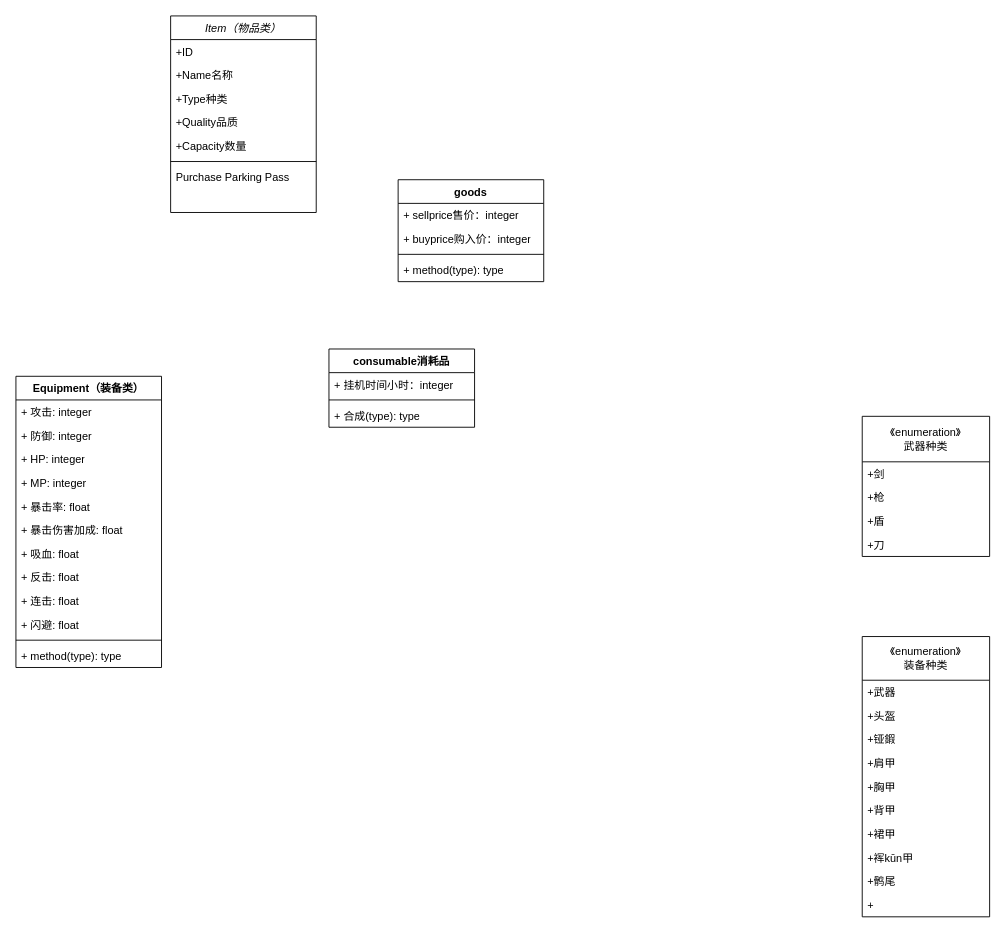
lvxingzhe32/IDLE-Game keeps this draw.io diagram as page "Page-1" (1 of 2) of Drawio/class-diagram.drawio. Above is the earlier version. Source tidied: cells renumbered, new cells numbered last; positions are measured from the earlier drawing's top-left corner, leaving out a move shared by most shapes. Both pictures are drawn from the tidied source at 91%, with x=0, y=0 at pixel (15, 15).
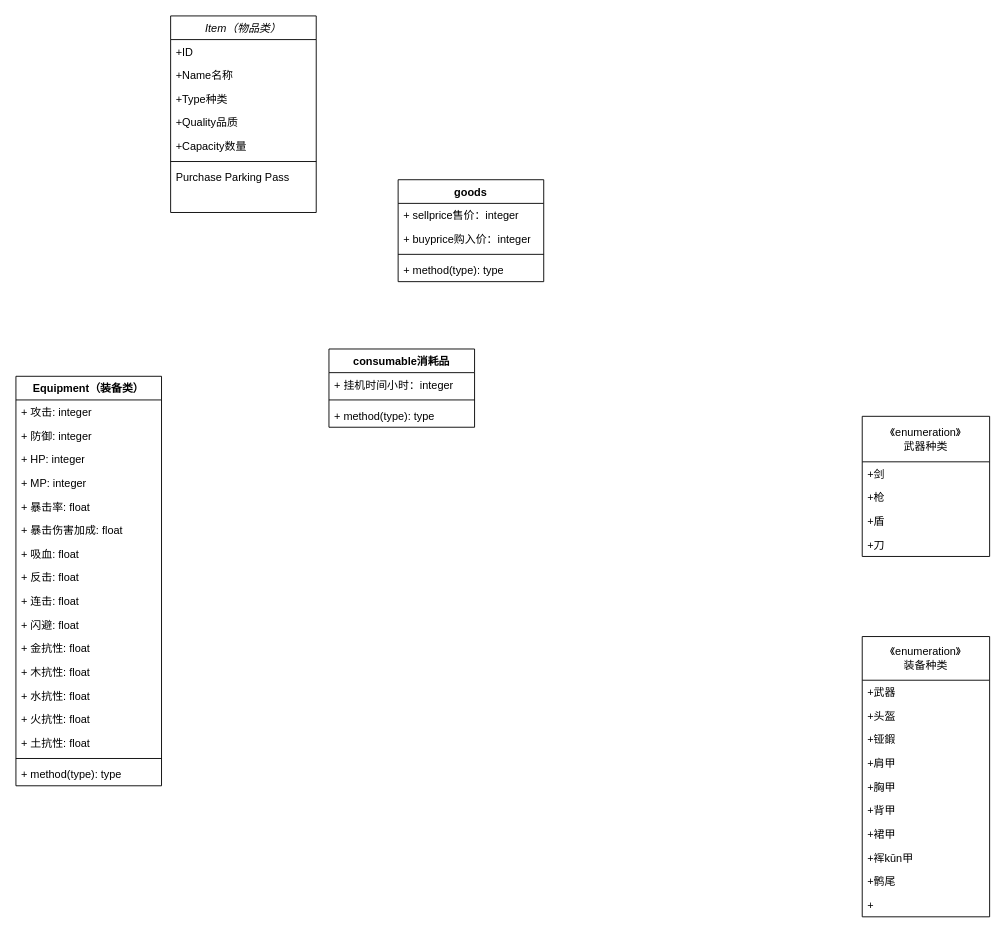
After the change.

Unchanged cells that the change refers to:
```xml
<mxCell id="28" value="consumable消耗品" style="swimlane;fontStyle=1;align=center;verticalAlign=top;horizontal=1;startSize=26;whiteSpace=wrap;html=1;" parent="1" vertex="1">
  <mxGeometry x="344" y="366" width="160" height="86" as="geometry" />
</mxCell>
```

Diff of the diagram source:
```diff
@@
     <mxCell id="10" value="Equipment（装备类）" style="swimlane;fontStyle=1;align=center;verticalAlign=top;horizontal=1;startSize=26;whiteSpace=wrap;html=1;" parent="1" vertex="1">
-      <mxGeometry y="396" width="160" height="320" as="geometry" />
+      <mxGeometry y="396" width="160" height="450" as="geometry" />
     </mxCell>
@@
+    <mxCell id="48" value="+ 金抗性: float" style="text;strokeColor=none;fillColor=none;align=left;verticalAlign=top;spacingLeft=4;spacingRight=4;overflow=hidden;whiteSpace=wrap;html=1;" parent="10" vertex="1">
+      <mxGeometry y="286" width="160" height="26" as="geometry" />
+    </mxCell>
+    <mxCell id="49" value="+ 木抗性: float" style="text;strokeColor=none;fillColor=none;align=left;verticalAlign=top;spacingLeft=4;spacingRight=4;overflow=hidden;whiteSpace=wrap;html=1;" parent="10" vertex="1">
+      <mxGeometry y="312" width="160" height="26" as="geometry" />
+    </mxCell>
+    <mxCell id="50" value="+ 水抗性: float" style="text;strokeColor=none;fillColor=none;align=left;verticalAlign=top;spacingLeft=4;spacingRight=4;overflow=hidden;whiteSpace=wrap;html=1;" parent="10" vertex="1">
+      <mxGeometry y="338" width="160" height="26" as="geometry" />
+    </mxCell>
+    <mxCell id="51" value="+ 火抗性: float" style="text;strokeColor=none;fillColor=none;align=left;verticalAlign=top;spacingLeft=4;spacingRight=4;overflow=hidden;whiteSpace=wrap;html=1;" parent="10" vertex="1">
+      <mxGeometry y="364" width="160" height="26" as="geometry" />
+    </mxCell>
+    <mxCell id="52" value="+ 土抗性: float" style="text;strokeColor=none;fillColor=none;align=left;verticalAlign=top;spacingLeft=4;spacingRight=4;overflow=hidden;whiteSpace=wrap;html=1;" parent="10" vertex="1">
+      <mxGeometry y="390" width="160" height="26" as="geometry" />
+    </mxCell>
     <mxCell id="21" style="line;strokeWidth=1;fillColor=none;align=left;verticalAlign=middle;spacingTop=-1;spacingLeft=3;spacingRight=3;labelPosition=right;strokeColor=inherit;" parent="10" vertex="1">
-      <mxGeometry y="286" width="160" height="8" as="geometry" />
+      <mxGeometry y="416" width="160" height="8" as="geometry" />
     </mxCell>
     <mxCell id="22" value="+ method(type): type" style="text;strokeColor=none;fillColor=none;align=left;verticalAlign=top;spacingLeft=4;spacingRight=4;overflow=hidden;whiteSpace=wrap;html=1;" parent="10" vertex="1">
-      <mxGeometry y="294" width="160" height="26" as="geometry" />
+      <mxGeometry y="424" width="160" height="26" as="geometry" />
     </mxCell>
@@
-    <mxCell id="31" value="+ 合成(type): type" style="text;strokeColor=none;fillColor=none;align=left;verticalAlign=top;spacingLeft=4;spacingRight=4;overflow=hidden;whiteSpace=wrap;html=1;" parent="28" vertex="1">
+    <mxCell id="31" value="+ method(type): type" style="text;strokeColor=none;fillColor=none;align=left;verticalAlign=top;spacingLeft=4;spacingRight=4;overflow=hidden;whiteSpace=wrap;html=1;" parent="28" vertex="1">
       <mxGeometry y="60" width="160" height="26" as="geometry" />
     </mxCell>
```
